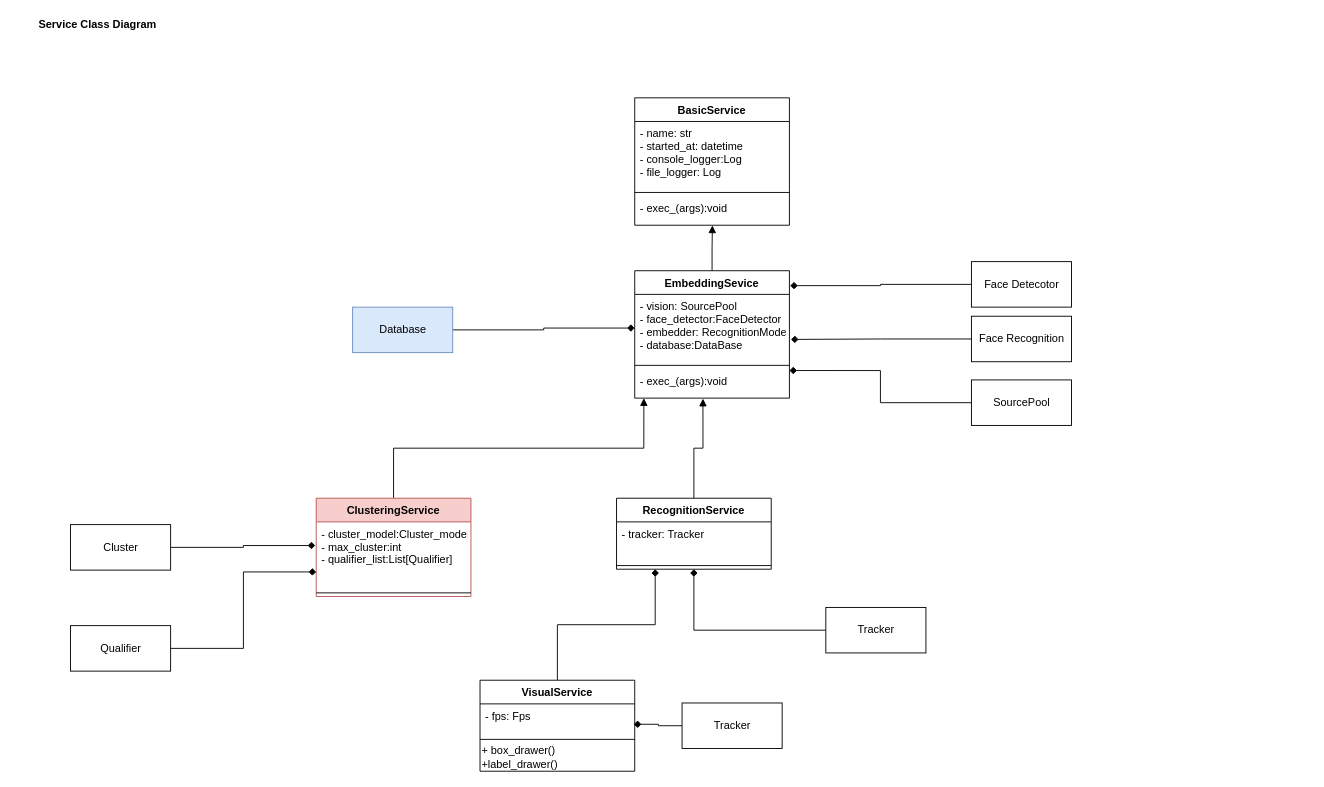
The draw.io diagram page "Class Diagram Service" (3 of 4) of doc/diagram/face recognition.drawio in armin-azh/siamese, before the edit. Source tidied: cells renumbered, new cells numbered last; positions are measured from the earlier drawing's top-left corner, leaving out a move shared by most shapes. Both pictures are drawn from the tidied source at 91%, with x=0, y=0 at pixel (15, 15).
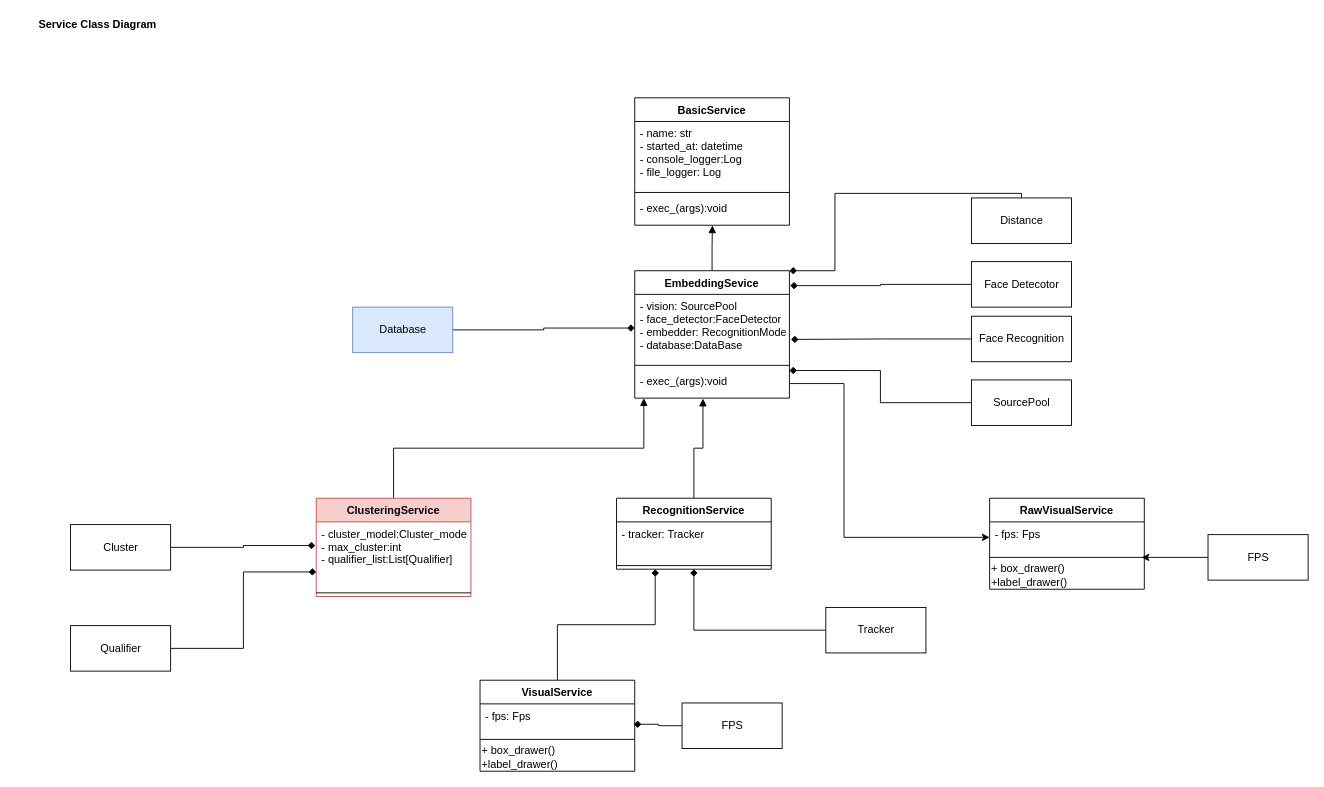
The same page after the edit.

The change refers to these unchanged cells:
```xml
<mxCell id="15" value="EmbeddingSevice" style="swimlane;fontStyle=1;align=center;verticalAlign=top;horizontal=1;startSize=26;" parent="1" vertex="1">
  <mxGeometry x="680" y="280" width="170" height="140" as="geometry" />
</mxCell>
<mxCell id="18" value="- exec_(args):void&#10;" style="text;align=left;verticalAlign=top;spacingLeft=4;spacingRight=4;overflow=hidden;points=[[0,0.5],[1,0.5]];portConstraint=eastwest;" parent="15" vertex="1">
  <mxGeometry y="108" width="170" height="32" as="geometry" />
</mxCell>
```

The edit, as a diff of the source:
```diff
@@
-    <mxCell id="38" value="Tracker" style="html=1;" parent="1" vertex="1">
+    <mxCell id="38" value="FPS" style="html=1;" parent="1" vertex="1">
       <mxGeometry x="732" y="755" width="110" height="50" as="geometry" />
     </mxCell>
@@
+    <mxCell id="41" value="RawVisualService" style="swimlane;fontStyle=1;align=center;verticalAlign=top;horizontal=1;startSize=26;" parent="1" vertex="1">
+      <mxGeometry x="1070" y="530" width="170" height="100" as="geometry" />
+    </mxCell>
+    <mxCell id="42" value="- fps: Fps" style="text;align=left;verticalAlign=top;spacingLeft=4;spacingRight=4;overflow=hidden;points=[[0,0.5],[1,0.5]];portConstraint=eastwest;" parent="41" vertex="1">
+      <mxGeometry y="26" width="170" height="34" as="geometry" />
+    </mxCell>
+    <mxCell id="43" style="line;strokeWidth=1;align=left;verticalAlign=middle;spacingTop=-1;spacingLeft=3;spacingRight=3;labelPosition=right;" parent="41" vertex="1">
+      <mxGeometry y="60" width="170" height="10" as="geometry" />
+    </mxCell>
+    <mxCell id="44" value="+ box_drawer()&lt;br&gt;+label_drawer()" style="text;html=1;align=left;verticalAlign=middle;strokeColor=none;" parent="41" vertex="1">
+      <mxGeometry y="70" width="170" height="30" as="geometry" />
+    </mxCell>
+    <mxCell id="45" style="edgeStyle=orthogonalEdgeStyle;rounded=0;jettySize=auto;html=1;entryX=0;entryY=0.5;entryDx=0;entryDy=0;" parent="1" edge="1" source="18" target="42">
+      <mxGeometry relative="1" as="geometry">
+        <Array as="points">
+          <mxPoint x="910" y="404" />
+          <mxPoint x="910" y="573" />
+        </Array>
+      </mxGeometry>
+    </mxCell>
+    <mxCell id="46" style="edgeStyle=orthogonalEdgeStyle;rounded=0;jettySize=auto;html=1;entryX=0.982;entryY=1.147;entryDx=0;entryDy=0;entryPerimeter=0;" parent="1" edge="1" source="47" target="42">
+      <mxGeometry relative="1" as="geometry" />
+    </mxCell>
+    <mxCell id="47" value="FPS" style="html=1;" parent="1" vertex="1">
+      <mxGeometry x="1310" y="570" width="110" height="50" as="geometry" />
+    </mxCell>
+    <mxCell id="48" style="edgeStyle=orthogonalEdgeStyle;rounded=0;jettySize=auto;html=1;entryX=1;entryY=0;entryDx=0;entryDy=0;endArrow=diamond;endFill=1;" parent="1" edge="1" source="49" target="15">
+      <mxGeometry relative="1" as="geometry">
+        <Array as="points">
+          <mxPoint x="900" y="195" />
+          <mxPoint x="900" y="280" />
+        </Array>
+      </mxGeometry>
+    </mxCell>
+    <mxCell id="49" value="Distance" style="html=1;" parent="1" vertex="1">
+      <mxGeometry x="1050" y="200" width="110" height="50" as="geometry" />
+    </mxCell>
```
